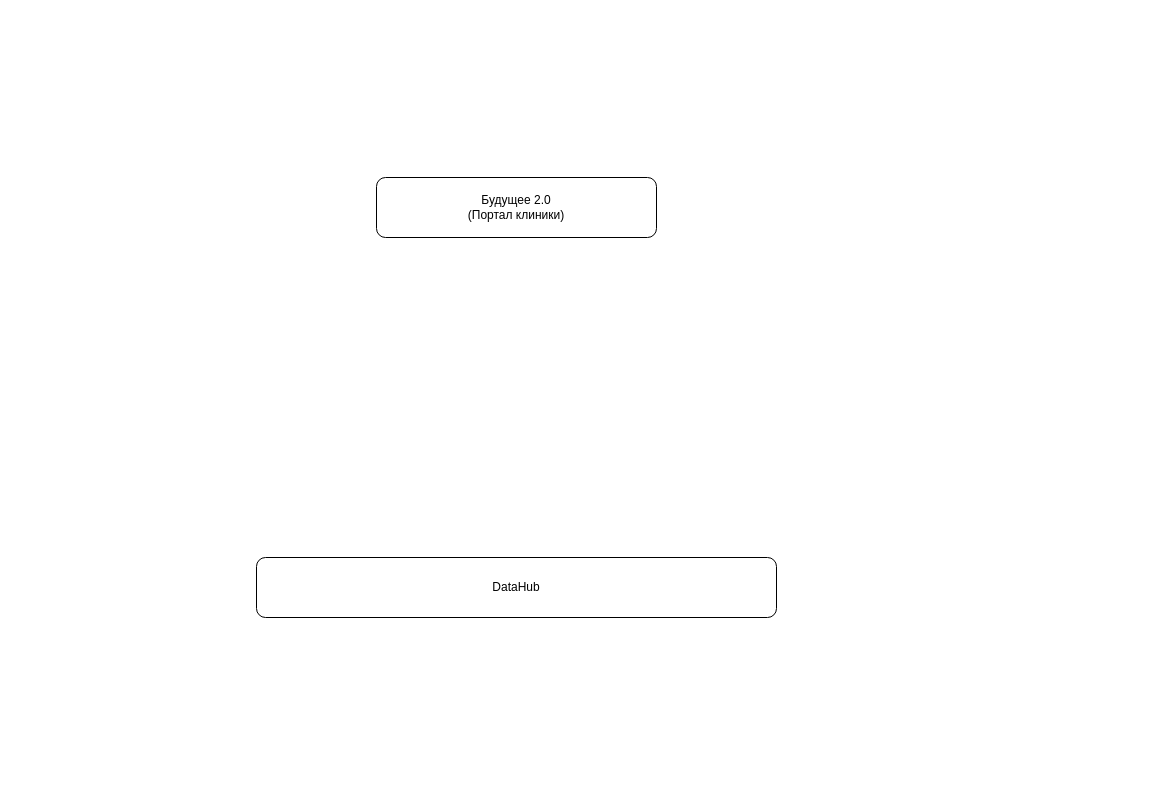
laksan1/architecture-sprint-11 keeps this draw.io diagram as Task2/dfd.drawio. Above is the earlier version. Source tidied: cells renumbered, new cells numbered last; positions are measured from the earlier drawing's top-left corner, leaving out a move shared by most shapes. Both pictures are drawn from the tidied source at 100%, with x=0, y=0 at pixel (256, 177).
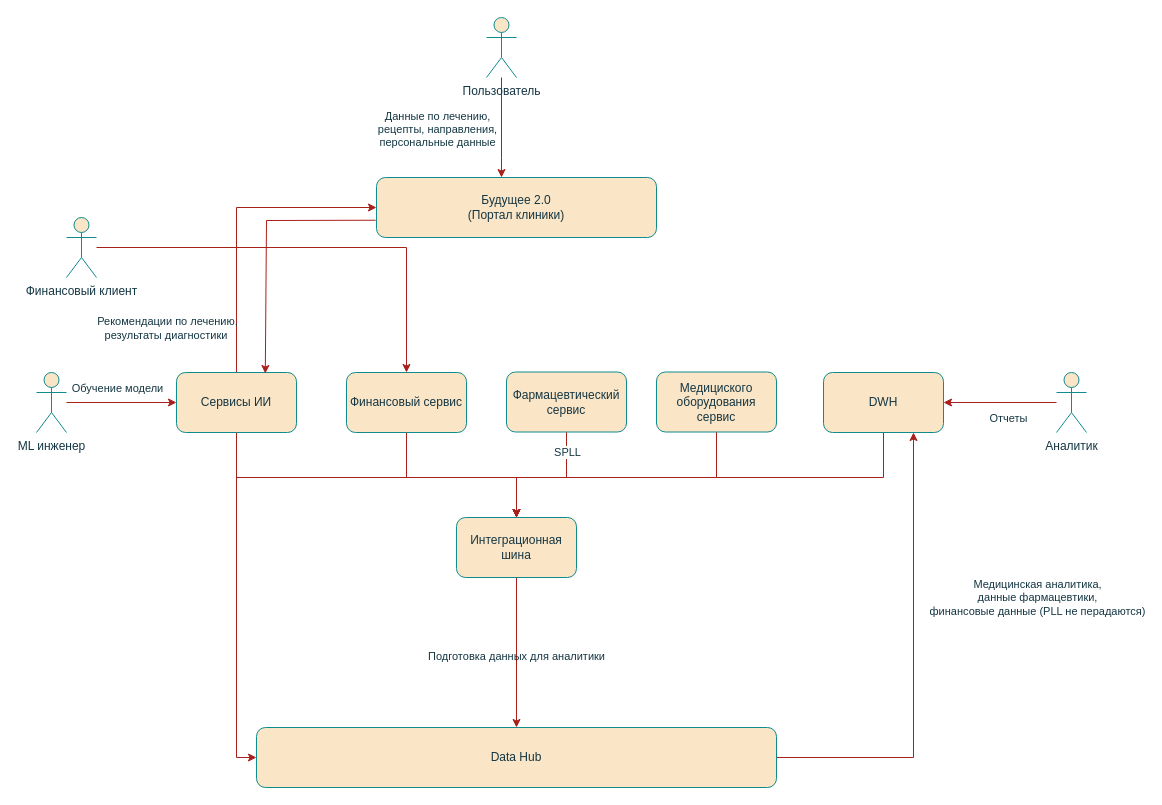
Above is the later version.

Diff of the diagram source:
```diff
@@
-    <mxCell id="2" value="Будущее 2.0 &lt;br&gt;(Портал клиники)" style="rounded=1;whiteSpace=wrap;html=1;" parent="1" vertex="1">
+    <mxCell id="2" value="Будущее 2.0 &lt;br&gt;(Портал клиники)" style="rounded=1;whiteSpace=wrap;html=1;labelBackgroundColor=none;fillColor=#FAE5C7;strokeColor=#0F8B8D;fontColor=#143642;" parent="1" vertex="1">
       <mxGeometry x="120" width="280" height="60" as="geometry" />
     </mxCell>
+    <mxCell id="4" style="edgeStyle=orthogonalEdgeStyle;rounded=0;jettySize=auto;html=1;entryX=0.75;entryY=1;entryDx=0;entryDy=0;labelBackgroundColor=none;strokeColor=#A8201A;fontColor=default;" parent="1" edge="1" source="3" target="19">
+      <mxGeometry relative="1" as="geometry" />
+    </mxCell>
+    <mxCell id="5" value="Медицинская аналитика,&lt;br&gt;данные фармацевтики,&lt;br&gt;финансовые данные (PLL не перадаются)&lt;br&gt;&lt;div&gt;&lt;br&gt;&lt;/div&gt;" style="edgeLabel;html=1;align=center;verticalAlign=middle;strokeColor=#0F8B8D;fontColor=#143642;fillColor=#FAE5C7;" parent="4" vertex="1">
+      <mxGeometry x="0.26" y="-1" relative="1" as="geometry">
+        <mxPoint x="122" as="offset" />
+      </mxGeometry>
+    </mxCell>
-    <mxCell id="3" value="DataHub" style="rounded=1;whiteSpace=wrap;html=1;" parent="1" vertex="1">
-      <mxGeometry y="380" width="520" height="60" as="geometry" />
+    <mxCell id="3" value="Data Hub" style="rounded=1;whiteSpace=wrap;html=1;labelBackgroundColor=none;fillColor=#FAE5C7;strokeColor=#0F8B8D;fontColor=#143642;" parent="1" vertex="1">
+      <mxGeometry y="550" width="520" height="60" as="geometry" />
     </mxCell>
+    <mxCell id="6" style="edgeStyle=orthogonalEdgeStyle;rounded=0;jettySize=auto;html=1;entryX=0;entryY=0.5;entryDx=0;entryDy=0;labelBackgroundColor=none;strokeColor=#A8201A;fontColor=default;" parent="1" edge="1" source="10" target="3">
+      <mxGeometry relative="1" as="geometry" />
+    </mxCell>
+    <mxCell id="7" style="edgeStyle=orthogonalEdgeStyle;rounded=0;jettySize=auto;html=1;entryX=0;entryY=0.5;entryDx=0;entryDy=0;labelBackgroundColor=none;strokeColor=#A8201A;fontColor=default;" parent="1" edge="1" source="10" target="2">
+      <mxGeometry relative="1" as="geometry">
+        <Array as="points">
+          <mxPoint x="-20" y="30" />
+        </Array>
+      </mxGeometry>
+    </mxCell>
+    <mxCell id="8" value="Рекомендации по лечению,&lt;br&gt;результаты диагностики&amp;nbsp;" style="edgeLabel;html=1;align=center;verticalAlign=middle;strokeColor=#0F8B8D;fontColor=#143642;fillColor=#FAE5C7;labelBackgroundColor=none;" parent="7" vertex="1">
+      <mxGeometry x="-0.5" y="3" relative="1" as="geometry">
+        <mxPoint x="-67" y="31" as="offset" />
+      </mxGeometry>
+    </mxCell>
+    <mxCell id="9" style="edgeStyle=orthogonalEdgeStyle;rounded=0;jettySize=auto;html=1;entryX=0.5;entryY=0;entryDx=0;entryDy=0;labelBackgroundColor=none;strokeColor=#A8201A;fontColor=default;" parent="1" edge="1" source="10" target="22">
+      <mxGeometry relative="1" as="geometry">
+        <Array as="points">
+          <mxPoint x="-20" y="300" />
+          <mxPoint x="260" y="300" />
+        </Array>
+      </mxGeometry>
+    </mxCell>
+    <mxCell id="10" value="Сервисы ИИ" style="rounded=1;whiteSpace=wrap;html=1;labelBackgroundColor=none;fillColor=#FAE5C7;strokeColor=#0F8B8D;fontColor=#143642;" parent="1" vertex="1">
+      <mxGeometry x="-80" y="195" width="120" height="60" as="geometry" />
+    </mxCell>
+    <mxCell id="11" style="edgeStyle=orthogonalEdgeStyle;rounded=0;jettySize=auto;html=1;entryX=0.5;entryY=0;entryDx=0;entryDy=0;labelBackgroundColor=none;strokeColor=#A8201A;fontColor=default;" parent="1" edge="1" source="12" target="22">
+      <mxGeometry relative="1" as="geometry">
+        <Array as="points">
+          <mxPoint x="150" y="300" />
+          <mxPoint x="260" y="300" />
+        </Array>
+      </mxGeometry>
+    </mxCell>
+    <mxCell id="12" value="Финансовый сервис" style="rounded=1;whiteSpace=wrap;html=1;labelBackgroundColor=none;fillColor=#FAE5C7;strokeColor=#0F8B8D;fontColor=#143642;" parent="1" vertex="1">
+      <mxGeometry x="90" y="195" width="120" height="60" as="geometry" />
+    </mxCell>
+    <mxCell id="13" style="edgeStyle=orthogonalEdgeStyle;rounded=0;jettySize=auto;html=1;entryX=0.5;entryY=0;entryDx=0;entryDy=0;labelBackgroundColor=none;strokeColor=#A8201A;fontColor=default;" parent="1" edge="1" source="15" target="22">
+      <mxGeometry relative="1" as="geometry">
+        <Array as="points">
+          <mxPoint x="310" y="300" />
+          <mxPoint x="260" y="300" />
+        </Array>
+      </mxGeometry>
+    </mxCell>
+    <mxCell id="14" value="SPLL" style="edgeLabel;html=1;align=center;verticalAlign=middle;strokeColor=#0F8B8D;fontColor=#143642;fillColor=#FAE5C7;" parent="13" vertex="1">
+      <mxGeometry x="-0.71" relative="1" as="geometry" />
+    </mxCell>
+    <mxCell id="15" value="Фармацевтический сервис" style="rounded=1;whiteSpace=wrap;html=1;labelBackgroundColor=none;fillColor=#FAE5C7;strokeColor=#0F8B8D;fontColor=#143642;" parent="1" vertex="1">
+      <mxGeometry x="250" y="194.5" width="120" height="60" as="geometry" />
+    </mxCell>
+    <mxCell id="16" style="edgeStyle=orthogonalEdgeStyle;rounded=0;jettySize=auto;html=1;entryX=0.5;entryY=0;entryDx=0;entryDy=0;labelBackgroundColor=none;strokeColor=#A8201A;fontColor=default;" parent="1" edge="1" source="17" target="22">
+      <mxGeometry relative="1" as="geometry">
+        <Array as="points">
+          <mxPoint x="460" y="300" />
+          <mxPoint x="260" y="300" />
+        </Array>
+      </mxGeometry>
+    </mxCell>
+    <mxCell id="17" value="Медициского оборудования сервис" style="rounded=1;whiteSpace=wrap;html=1;labelBackgroundColor=none;fillColor=#FAE5C7;strokeColor=#0F8B8D;fontColor=#143642;" parent="1" vertex="1">
+      <mxGeometry x="400" y="194.5" width="120" height="60" as="geometry" />
+    </mxCell>
+    <mxCell id="18" style="edgeStyle=orthogonalEdgeStyle;rounded=0;jettySize=auto;html=1;labelBackgroundColor=none;strokeColor=#A8201A;fontColor=default;" parent="1" edge="1" source="19">
+      <mxGeometry relative="1" as="geometry">
+        <mxPoint x="260" y="340" as="targetPoint" />
+        <Array as="points">
+          <mxPoint x="627" y="300" />
+          <mxPoint x="260" y="300" />
+        </Array>
+      </mxGeometry>
+    </mxCell>
+    <mxCell id="19" value="DWH" style="rounded=1;whiteSpace=wrap;html=1;labelBackgroundColor=none;fillColor=#FAE5C7;strokeColor=#0F8B8D;fontColor=#143642;" parent="1" vertex="1">
+      <mxGeometry x="567" y="195" width="120" height="60" as="geometry" />
+    </mxCell>
+    <mxCell id="20" style="edgeStyle=orthogonalEdgeStyle;rounded=0;jettySize=auto;html=1;entryX=0.5;entryY=0;entryDx=0;entryDy=0;labelBackgroundColor=none;strokeColor=#A8201A;fontColor=default;" parent="1" edge="1" source="22" target="3">
+      <mxGeometry relative="1" as="geometry" />
+    </mxCell>
+    <mxCell id="21" value="Подготовка данных для аналитики" style="edgeLabel;html=1;align=center;verticalAlign=middle;strokeColor=#0F8B8D;fontColor=#143642;fillColor=#FAE5C7;labelBackgroundColor=none;" parent="20" vertex="1">
+      <mxGeometry x="0.04" y="-1" relative="1" as="geometry" />
+    </mxCell>
+    <mxCell id="22" value="Интеграционная шина" style="rounded=1;whiteSpace=wrap;html=1;labelBackgroundColor=none;fillColor=#FAE5C7;strokeColor=#0F8B8D;fontColor=#143642;" parent="1" vertex="1">
+      <mxGeometry x="200" y="340" width="120" height="60" as="geometry" />
+    </mxCell>
+    <mxCell id="23" style="edgeStyle=orthogonalEdgeStyle;rounded=0;jettySize=auto;html=1;entryX=0.5;entryY=0;entryDx=0;entryDy=0;labelBackgroundColor=none;strokeColor=#A8201A;fontColor=default;" parent="1" edge="1" source="24" target="12">
+      <mxGeometry relative="1" as="geometry" />
+    </mxCell>
+    <mxCell id="24" value="Финансовый клиент" style="shape=umlActor;verticalLabelPosition=bottom;verticalAlign=top;html=1;outlineConnect=0;labelBackgroundColor=none;fillColor=#FAE5C7;strokeColor=#0F8B8D;fontColor=#143642;" parent="1" vertex="1">
+      <mxGeometry x="-190" y="40" width="30" height="60" as="geometry" />
+    </mxCell>
+    <mxCell id="25" style="edgeStyle=orthogonalEdgeStyle;rounded=0;jettySize=auto;html=1;labelBackgroundColor=none;strokeColor=#A8201A;fontColor=default;" parent="1" edge="1" source="27" target="10">
+      <mxGeometry relative="1" as="geometry" />
+    </mxCell>
+    <mxCell id="26" value="Обучение модели" style="edgeLabel;html=1;align=center;verticalAlign=middle;labelBackgroundColor=none;fontColor=#143642;" parent="25" vertex="1">
+      <mxGeometry x="-0.36" y="1" relative="1" as="geometry">
+        <mxPoint x="15" y="-14" as="offset" />
+      </mxGeometry>
+    </mxCell>
+    <mxCell id="27" value="ML инженер" style="shape=umlActor;verticalLabelPosition=bottom;verticalAlign=top;html=1;outlineConnect=0;labelBackgroundColor=none;fillColor=#FAE5C7;strokeColor=#0F8B8D;fontColor=#143642;" parent="1" vertex="1">
+      <mxGeometry x="-220" y="195" width="30" height="60" as="geometry" />
+    </mxCell>
+    <mxCell id="28" style="edgeStyle=orthogonalEdgeStyle;rounded=0;jettySize=auto;html=1;strokeColor=#A8201A;fontColor=default;labelBackgroundColor=none;" parent="1" edge="1" source="30" target="2">
+      <mxGeometry relative="1" as="geometry">
+        <Array as="points">
+          <mxPoint x="245" y="-20" />
+          <mxPoint x="245" y="-20" />
+        </Array>
+      </mxGeometry>
+    </mxCell>
+    <mxCell id="29" value="Данные по лечению, &lt;br&gt;рецепты, направления, &lt;br&gt;персональные данные" style="edgeLabel;html=1;align=center;verticalAlign=middle;strokeColor=#0F8B8D;fontColor=#143642;fillColor=#FAE5C7;labelBackgroundColor=none;" parent="28" vertex="1">
+      <mxGeometry x="0.01" y="1" relative="1" as="geometry">
+        <mxPoint x="-66" as="offset" />
+      </mxGeometry>
+    </mxCell>
+    <mxCell id="30" value="Пользователь" style="shape=umlActor;verticalLabelPosition=bottom;verticalAlign=top;html=1;outlineConnect=0;labelBackgroundColor=none;fillColor=#FAE5C7;strokeColor=#0F8B8D;fontColor=#143642;" parent="1" vertex="1">
+      <mxGeometry x="230" y="-160" width="30" height="60" as="geometry" />
+    </mxCell>
+    <mxCell id="31" style="edgeStyle=orthogonalEdgeStyle;rounded=0;jettySize=auto;html=1;labelBackgroundColor=none;strokeColor=#A8201A;fontColor=default;" parent="1" edge="1" source="33" target="19">
+      <mxGeometry relative="1" as="geometry" />
+    </mxCell>
+    <mxCell id="32" value="Отчеты" style="edgeLabel;html=1;align=center;verticalAlign=middle;strokeColor=#0F8B8D;fontColor=#143642;fillColor=#FAE5C7;labelBackgroundColor=none;" parent="31" vertex="1">
+      <mxGeometry x="-0.14" y="3" relative="1" as="geometry">
+        <mxPoint y="12" as="offset" />
+      </mxGeometry>
+    </mxCell>
+    <mxCell id="33" value="Аналитик" style="shape=umlActor;verticalLabelPosition=bottom;verticalAlign=top;html=1;outlineConnect=0;labelBackgroundColor=none;fillColor=#FAE5C7;strokeColor=#0F8B8D;fontColor=#143642;" parent="1" vertex="1">
+      <mxGeometry x="800" y="195" width="30" height="60" as="geometry" />
+    </mxCell>
+    <mxCell id="34" style="endArrow=classic;html=1;rounded=0;exitX=-0.003;exitY=0.712;exitDx=0;exitDy=0;exitPerimeter=0;entryX=0.74;entryY=0.017;entryDx=0;entryDy=0;entryPerimeter=0;labelBackgroundColor=none;strokeColor=#A8201A;fontColor=default;" parent="1" edge="1" source="2" target="10">
+      <mxGeometry relative="1" as="geometry">
+        <Array as="points">
+          <mxPoint x="10" y="43" />
+        </Array>
+      </mxGeometry>
+    </mxCell>
```
